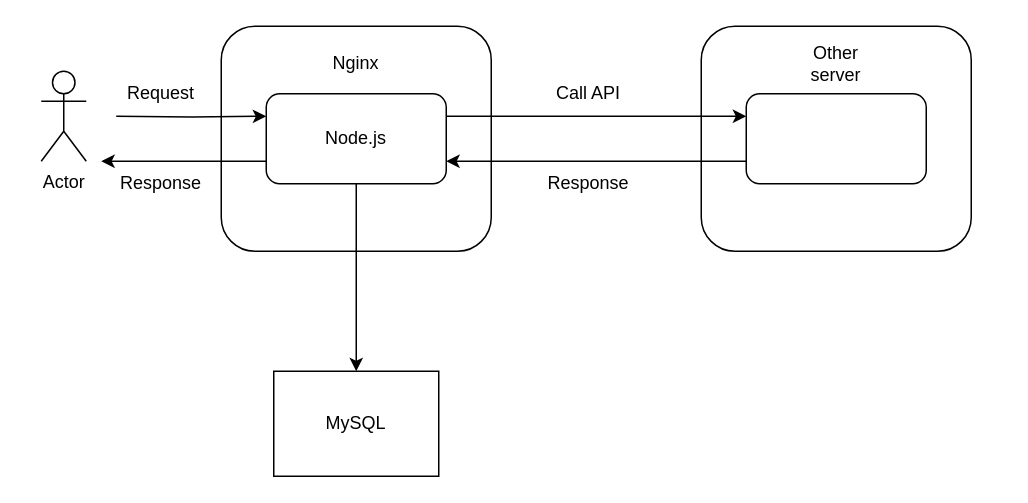
Before: Diagram.drawio in buithehuy/Nodejs-simple-project, a draw.io diagram. Source tidied: cells renumbered, new cells numbered last; positions are measured from the earlier drawing's top-left corner, leaving out a move shared by most shapes. Both pictures are drawn from the tidied source at 150%, with x=0, y=0 at pixel (40, 26).
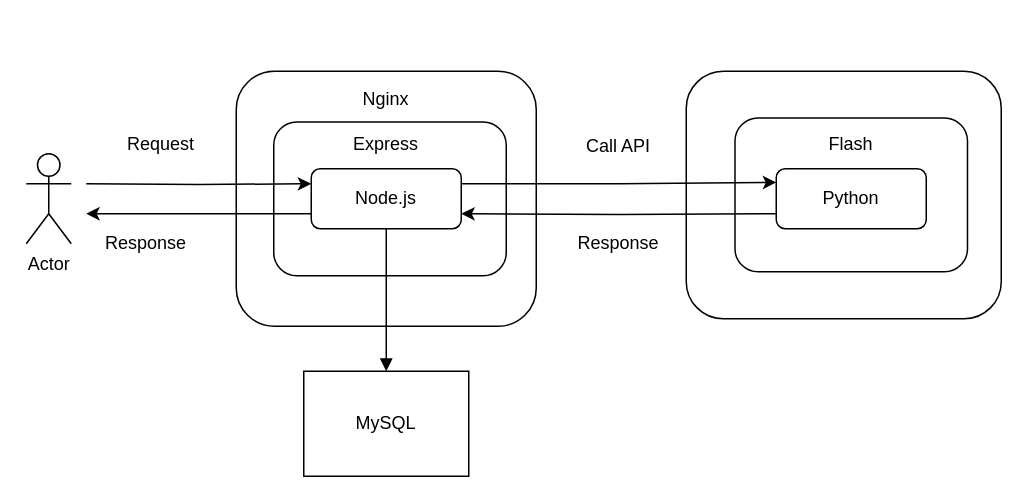
Above is the later version.

Commit message (it also covers changes not shown here):
call api from other server

What changed in the source:
```diff
@@
     <mxCell id="2" style="rounded=1;whiteSpace=wrap;html=1;" parent="1" vertex="1">
-      <mxGeometry x="120" width="180" height="150" as="geometry" />
+      <mxGeometry x="130" y="30" width="200" height="170" as="geometry" />
     </mxCell>
-    <mxCell id="3" style="edgeStyle=orthogonalEdgeStyle;rounded=0;jettySize=auto;html=1;entryX=0;entryY=0.25;entryDx=0;entryDy=0;" parent="1" edge="1" target="7">
-      <mxGeometry relative="1" as="geometry">
-        <mxPoint x="50" y="60" as="sourcePoint" />
-      </mxGeometry>
-    </mxCell>
     <mxCell id="4" value="Actor" style="shape=umlActor;verticalLabelPosition=bottom;verticalAlign=top;html=1;" parent="1" vertex="1">
-      <mxGeometry y="30" width="30" height="60" as="geometry" />
+      <mxGeometry x="-10" y="85" width="30" height="60" as="geometry" />
     </mxCell>
-    <mxCell id="5" style="edgeStyle=orthogonalEdgeStyle;rounded=0;jettySize=auto;html=1;entryX=0.5;entryY=0;entryDx=0;entryDy=0;" parent="1" edge="1" source="7" target="8">
-      <mxGeometry relative="1" as="geometry" />
-    </mxCell>
-    <mxCell id="6" style="edgeStyle=orthogonalEdgeStyle;rounded=0;jettySize=auto;html=1;exitX=0;exitY=0.75;exitDx=0;exitDy=0;" parent="1" edge="1" source="7">
-      <mxGeometry relative="1" as="geometry">
-        <mxPoint x="40" y="90" as="targetPoint" />
-      </mxGeometry>
-    </mxCell>
-    <mxCell id="7" value="Node.js" style="rounded=1;whiteSpace=wrap;html=1;" parent="1" vertex="1">
-      <mxGeometry x="150" y="45" width="120" height="60" as="geometry" />
-    </mxCell>
     <mxCell id="8" value="MySQL" style="rounded=0;whiteSpace=wrap;html=1;" parent="1" vertex="1">
-      <mxGeometry x="155" y="230" width="110" height="70" as="geometry" />
+      <mxGeometry x="175" y="230" width="110" height="70" as="geometry" />
     </mxCell>
     <mxCell id="9" style="rounded=1;whiteSpace=wrap;html=1;" parent="1" vertex="1">
-      <mxGeometry x="440" width="180" height="150" as="geometry" />
+      <mxGeometry x="430" y="30" width="210" height="165" as="geometry" />
     </mxCell>
-    <mxCell id="10" style="edgeStyle=orthogonalEdgeStyle;rounded=0;jettySize=auto;html=1;exitX=0;exitY=0.75;exitDx=0;exitDy=0;entryX=1;entryY=0.75;entryDx=0;entryDy=0;" parent="1" edge="1" source="11" target="7">
-      <mxGeometry relative="1" as="geometry" />
-    </mxCell>
-    <mxCell id="11" style="rounded=1;whiteSpace=wrap;html=1;" parent="1" vertex="1">
-      <mxGeometry x="470" y="45" width="120" height="60" as="geometry" />
-    </mxCell>
-    <mxCell id="12" value="Other server" style="text;html=1;align=center;verticalAlign=middle;whiteSpace=wrap;rounded=0;" parent="1" vertex="1">
-      <mxGeometry x="500" y="10" width="60" height="30" as="geometry" />
-    </mxCell>
-    <mxCell id="13" style="edgeStyle=orthogonalEdgeStyle;rounded=0;jettySize=auto;html=1;exitX=1;exitY=0.25;exitDx=0;exitDy=0;entryX=0;entryY=0.25;entryDx=0;entryDy=0;" parent="1" edge="1" source="7" target="11">
-      <mxGeometry relative="1" as="geometry" />
-    </mxCell>
     <mxCell id="14" value="Nginx" style="text;html=1;align=center;verticalAlign=middle;whiteSpace=wrap;rounded=0;" parent="1" vertex="1">
-      <mxGeometry x="180" y="10" width="60" height="30" as="geometry" />
+      <mxGeometry x="200" y="33.8" width="60" height="30" as="geometry" />
     </mxCell>
     <mxCell id="15" value="Call API" style="text;html=1;align=center;verticalAlign=middle;whiteSpace=wrap;rounded=0;" parent="1" vertex="1">
-      <mxGeometry x="335" y="30" width="60" height="30" as="geometry" />
+      <mxGeometry x="355" y="65" width="60" height="30" as="geometry" />
     </mxCell>
     <mxCell id="16" value="Response" style="text;html=1;align=center;verticalAlign=middle;whiteSpace=wrap;rounded=0;" parent="1" vertex="1">
-      <mxGeometry x="335" y="90" width="60" height="30" as="geometry" />
+      <mxGeometry x="355" y="130" width="60" height="30" as="geometry" />
     </mxCell>
     <mxCell id="17" value="Response" style="text;html=1;align=center;verticalAlign=middle;whiteSpace=wrap;rounded=0;" parent="1" vertex="1">
-      <mxGeometry x="50" y="90" width="60" height="30" as="geometry" />
+      <mxGeometry x="40" y="130" width="60" height="30" as="geometry" />
     </mxCell>
     <mxCell id="18" value="Request" style="text;html=1;align=center;verticalAlign=middle;whiteSpace=wrap;rounded=0;" parent="1" vertex="1">
-      <mxGeometry x="50" y="30" width="60" height="30" as="geometry" />
+      <mxGeometry x="50" y="63.8" width="60" height="30" as="geometry" />
     </mxCell>
+    <mxCell id="19" style="rounded=1;whiteSpace=wrap;html=1;" parent="1" vertex="1">
+      <mxGeometry x="155" y="63.8" width="155" height="102.5" as="geometry" />
+    </mxCell>
+    <mxCell id="7" value="Node.js" style="rounded=1;whiteSpace=wrap;html=1;" parent="1" vertex="1">
+      <mxGeometry x="180" y="95" width="100" height="40" as="geometry" />
+    </mxCell>
+    <mxCell id="3" style="edgeStyle=orthogonalEdgeStyle;rounded=0;jettySize=auto;html=1;entryX=0;entryY=0.25;entryDx=0;entryDy=0;" parent="1" edge="1" target="7">
+      <mxGeometry relative="1" as="geometry">
+        <mxPoint x="30" y="105" as="sourcePoint" />
+      </mxGeometry>
+    </mxCell>
+    <mxCell id="6" style="edgeStyle=orthogonalEdgeStyle;rounded=0;jettySize=auto;html=1;exitX=0;exitY=0.75;exitDx=0;exitDy=0;" parent="1" edge="1" source="7">
+      <mxGeometry relative="1" as="geometry">
+        <mxPoint x="30" y="125" as="targetPoint" />
+      </mxGeometry>
+    </mxCell>
+    <mxCell id="20" value="Express" style="text;html=1;align=center;verticalAlign=middle;whiteSpace=wrap;rounded=0;" parent="1" vertex="1">
+      <mxGeometry x="200" y="63.8" width="60" height="30" as="geometry" />
+    </mxCell>
+    <mxCell id="21" style="rounded=1;whiteSpace=wrap;html=1;" parent="1" vertex="1">
+      <mxGeometry x="462.5" y="61.2" width="155" height="102.5" as="geometry" />
+    </mxCell>
+    <mxCell id="22" value="Python" style="rounded=1;whiteSpace=wrap;html=1;" parent="1" vertex="1">
+      <mxGeometry x="490" y="95" width="100" height="40" as="geometry" />
+    </mxCell>
+    <mxCell id="13" style="edgeStyle=orthogonalEdgeStyle;rounded=0;jettySize=auto;html=1;exitX=1;exitY=0.25;exitDx=0;exitDy=0;entryX=0;entryY=0.25;entryDx=0;entryDy=0;" parent="1" edge="1" source="7">
+      <mxGeometry relative="1" as="geometry">
+        <mxPoint x="490" y="104.1" as="targetPoint" />
+      </mxGeometry>
+    </mxCell>
+    <mxCell id="10" style="edgeStyle=orthogonalEdgeStyle;rounded=0;jettySize=auto;html=1;entryX=1;entryY=0.75;entryDx=0;entryDy=0;" parent="1" edge="1" target="7">
+      <mxGeometry relative="1" as="geometry">
+        <mxPoint x="490" y="125" as="sourcePoint" />
+      </mxGeometry>
+    </mxCell>
+    <mxCell id="23" style="edgeStyle=orthogonalEdgeStyle;rounded=0;jettySize=auto;html=1;endArrow=none;startFill=1;startArrow=block;" parent="1" edge="1" source="8" target="7">
+      <mxGeometry relative="1" as="geometry" />
+    </mxCell>
+    <mxCell id="24" value="Flash" style="text;html=1;align=center;verticalAlign=middle;whiteSpace=wrap;rounded=0;" parent="1" vertex="1">
+      <mxGeometry x="510" y="63.8" width="60" height="30" as="geometry" />
+    </mxCell>
```
